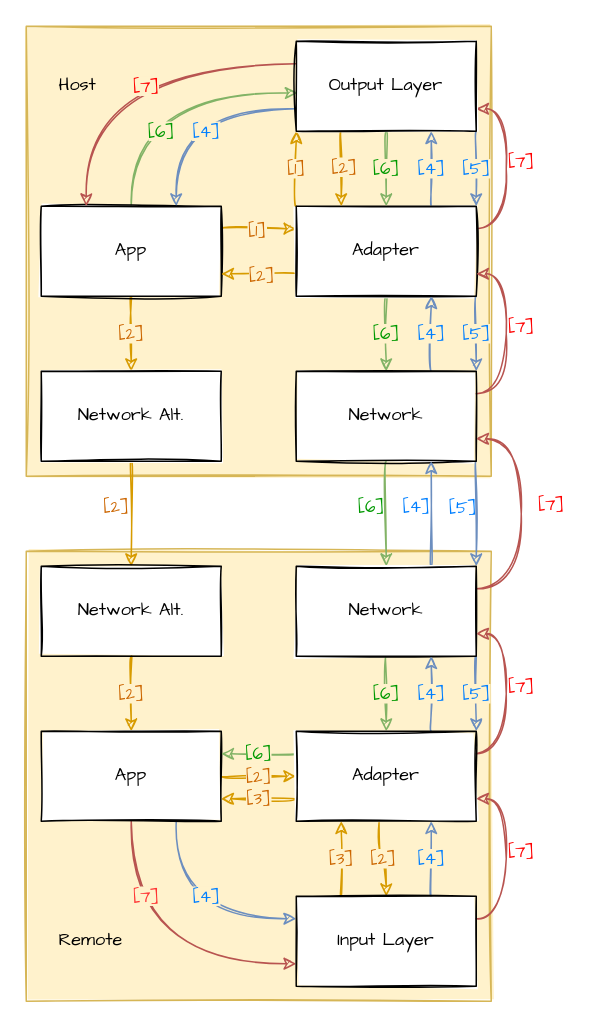
Earlier version of the draw.io diagram protocol.drawio (loreanvictor/observables-over-boundary). Source tidied: cells renumbered, new cells numbered last; positions are measured from the earlier drawing's top-left corner, leaving out a move shared by most shapes. Both pictures are drawn from the tidied source at 150%, with x=0, y=0 at pixel (26, 26).
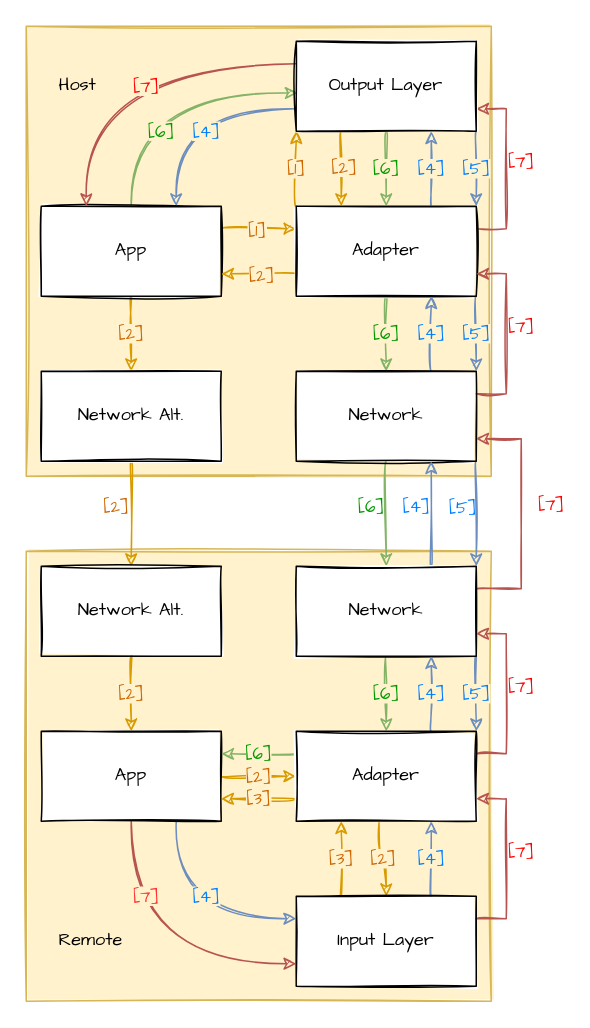
The same diagram, later.

The change refers to these unchanged cells:
```xml
<mxCell id="17" value="Adapter" style="whiteSpace=wrap;html=1;sketch=1;fontFamily=Comic Sans MS;" parent="1" vertex="1">
  <mxGeometry x="180" y="120" width="120" height="60" as="geometry" />
</mxCell>
<mxCell id="24" value="Output Layer" style="whiteSpace=wrap;html=1;sketch=1;fontFamily=Comic Sans MS;" parent="1" vertex="1">
  <mxGeometry x="180" y="10" width="120" height="60" as="geometry" />
</mxCell>
<mxCell id="32" value="Network" style="whiteSpace=wrap;html=1;sketch=1;fontFamily=Comic Sans MS;" parent="1" vertex="1">
  <mxGeometry x="180" y="230" width="120" height="60" as="geometry" />
</mxCell>
<mxCell id="45" value="Network" style="whiteSpace=wrap;html=1;sketch=1;fontFamily=Comic Sans MS;" parent="1" vertex="1">
  <mxGeometry x="180" y="360" width="120" height="60" as="geometry" />
</mxCell>
<mxCell id="51" value="Adapter" style="whiteSpace=wrap;html=1;sketch=1;fontFamily=Comic Sans MS;" parent="1" vertex="1">
  <mxGeometry x="180" y="470" width="120" height="60" as="geometry" />
</mxCell>
<mxCell id="55" value="Input Layer" style="whiteSpace=wrap;html=1;sketch=1;fontFamily=Comic Sans MS;" parent="1" vertex="1">
  <mxGeometry x="180" y="580" width="120" height="60" as="geometry" />
</mxCell>
```

Diff of the diagram source:
```diff
@@
-    <mxCell id="16" value="[7]" style="edgeStyle=orthogonalEdgeStyle;jettySize=auto;html=1;exitX=1;exitY=0.25;exitDx=0;exitDy=0;entryX=1;entryY=0.75;entryDx=0;entryDy=0;curved=1;sketch=1;fontFamily=Comic Sans MS;fillColor=#f8cecc;strokeColor=#b85450;fontColor=#FF0000;labelBackgroundColor=none;" parent="1" edge="1" source="17" target="24">
+    <mxCell id="16" value="[7]" style="edgeStyle=orthogonalEdgeStyle;jettySize=auto;html=1;exitX=1;exitY=0.25;exitDx=0;exitDy=0;entryX=1;entryY=0.75;entryDx=0;entryDy=0;sketch=1;fontFamily=Comic Sans MS;fillColor=#f8cecc;strokeColor=#b85450;fontColor=#FF0000;labelBackgroundColor=none;rounded=0;" parent="1" edge="1" source="17" target="24">
       <mxGeometry x="0.08" y="-10" relative="1" as="geometry" />
     </mxCell>
@@
-    <mxCell id="31" value="[7]" style="edgeStyle=orthogonalEdgeStyle;jettySize=auto;html=1;exitX=1;exitY=0.25;exitDx=0;exitDy=0;entryX=1;entryY=0.75;entryDx=0;entryDy=0;curved=1;sketch=1;fontFamily=Comic Sans MS;fillColor=#f8cecc;strokeColor=#b85450;fontColor=#FF0000;labelBackgroundColor=none;" parent="1" edge="1" source="32" target="17">
+    <mxCell id="31" value="[7]" style="edgeStyle=orthogonalEdgeStyle;jettySize=auto;html=1;exitX=1;exitY=0.25;exitDx=0;exitDy=0;entryX=1;entryY=0.75;entryDx=0;entryDy=0;sketch=1;fontFamily=Comic Sans MS;fillColor=#f8cecc;strokeColor=#b85450;fontColor=#FF0000;labelBackgroundColor=none;rounded=0;" parent="1" edge="1" source="32" target="17">
       <mxGeometry x="0.08" y="-10" relative="1" as="geometry" />
     </mxCell>
@@
-    <mxCell id="44" value="[7]" style="edgeStyle=orthogonalEdgeStyle;jettySize=auto;html=1;exitX=1;exitY=0.25;exitDx=0;exitDy=0;entryX=1;entryY=0.75;entryDx=0;entryDy=0;curved=1;sketch=1;fontFamily=Comic Sans MS;fillColor=#f8cecc;strokeColor=#b85450;fontColor=#FF0000;labelBackgroundColor=none;" parent="1" edge="1" source="45" target="32">
+    <mxCell id="44" value="[7]" style="edgeStyle=orthogonalEdgeStyle;jettySize=auto;html=1;exitX=1;exitY=0.25;exitDx=0;exitDy=0;entryX=1;entryY=0.75;entryDx=0;entryDy=0;sketch=1;fontFamily=Comic Sans MS;fillColor=#f8cecc;strokeColor=#b85450;fontColor=#FF0000;labelBackgroundColor=none;rounded=0;" parent="1" edge="1" source="45" target="32">
       <mxGeometry x="0.07" y="-20" relative="1" as="geometry">
         <Array as="points">
           <mxPoint x="330" y="375" />
           <mxPoint x="330" y="275" />
         </Array>
       </mxGeometry>
     </mxCell>
@@
-    <mxCell id="50" value="[7]" style="edgeStyle=orthogonalEdgeStyle;jettySize=auto;html=1;exitX=1;exitY=0.25;exitDx=0;exitDy=0;entryX=1;entryY=0.75;entryDx=0;entryDy=0;curved=1;sketch=1;fontFamily=Comic Sans MS;fillColor=#f8cecc;strokeColor=#b85450;fontColor=#FF0000;labelBackgroundColor=none;" parent="1" edge="1" source="51" target="45">
+    <mxCell id="50" value="[7]" style="edgeStyle=orthogonalEdgeStyle;jettySize=auto;html=1;exitX=1;exitY=0.25;exitDx=0;exitDy=0;entryX=1;entryY=0.75;entryDx=0;entryDy=0;sketch=1;fontFamily=Comic Sans MS;fillColor=#f8cecc;strokeColor=#b85450;fontColor=#FF0000;labelBackgroundColor=none;rounded=0;" parent="1" edge="1" source="51" target="45">
       <mxGeometry x="0.08" y="-10" relative="1" as="geometry" />
     </mxCell>
@@
-    <mxCell id="54" value="[7]" style="edgeStyle=orthogonalEdgeStyle;curved=1;rounded=1;jettySize=auto;html=1;exitX=1;exitY=0.25;exitDx=0;exitDy=0;entryX=1;entryY=0.75;entryDx=0;entryDy=0;sketch=1;fontFamily=Comic Sans MS;fillColor=#f8cecc;strokeColor=#b85450;fontColor=#FF0000;labelBackgroundColor=none;" parent="1" edge="1" source="55" target="51">
+    <mxCell id="54" value="[7]" style="edgeStyle=orthogonalEdgeStyle;rounded=0;jettySize=auto;html=1;exitX=1;exitY=0.25;exitDx=0;exitDy=0;entryX=1;entryY=0.75;entryDx=0;entryDy=0;sketch=1;fontFamily=Comic Sans MS;fillColor=#f8cecc;strokeColor=#b85450;fontColor=#FF0000;labelBackgroundColor=none;" parent="1" edge="1" source="55" target="51">
       <mxGeometry x="0.08" y="-10" relative="1" as="geometry" />
     </mxCell>
```
